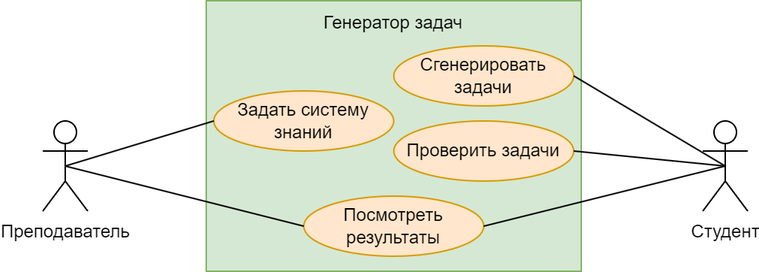
Above: docs/diagrams/use_case.png in aVorotnikov/ontologer (draw.io), before the change. Source tidied: cells renumbered, new cells last; positions are measured from the earlier drawing's top-left corner, leaving out a move shared by most shapes.
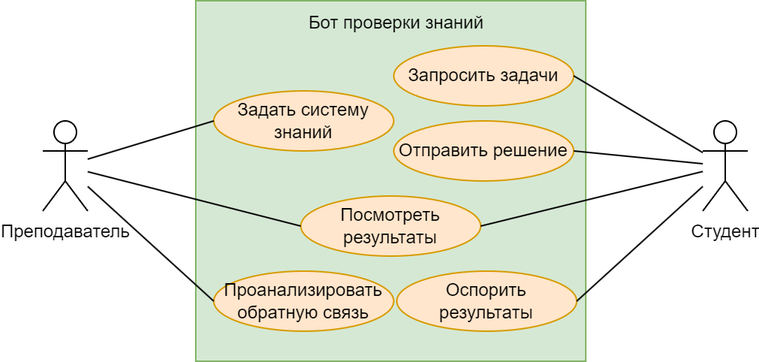
After the commit.

Commit message:
В диаграмму вариантов использования добавлено оспаривание

What changed in the source:
```diff
@@ -3,7 +3,7 @@
     <mxCell id="0" />
     <mxCell id="1" parent="0" />
     <mxCell id="2" style="rounded=0;whiteSpace=wrap;html=1;fillColor=#d5e8d4;strokeColor=#82b366;" parent="1" vertex="1">
-      <mxGeometry x="109" width="250" height="180" as="geometry" />
+      <mxGeometry x="102" width="260" height="240" as="geometry" />
     </mxCell>
     <mxCell id="3" value="Преподаватель" style="shape=umlActor;verticalLabelPosition=bottom;verticalAlign=top;html=1;outlineConnect=0;" parent="1" vertex="1">
       <mxGeometry y="80" width="30" height="60" as="geometry" />
@@ -11,35 +11,47 @@
     <mxCell id="4" value="Студент" style="shape=umlActor;verticalLabelPosition=bottom;verticalAlign=top;html=1;outlineConnect=0;" parent="1" vertex="1">
       <mxGeometry x="440" y="80" width="30" height="60" as="geometry" />
     </mxCell>
-    <mxCell id="5" value="Сгенерировать задачи" style="ellipse;whiteSpace=wrap;html=1;fillColor=#ffe6cc;strokeColor=#d79b00;" parent="1" vertex="1">
+    <mxCell id="5" value="Запросить задачи" style="ellipse;whiteSpace=wrap;html=1;fillColor=#ffe6cc;strokeColor=#d79b00;" parent="1" vertex="1">
       <mxGeometry x="234" y="30" width="120" height="40" as="geometry" />
     </mxCell>
     <mxCell id="6" value="Посмотреть результаты" style="ellipse;whiteSpace=wrap;html=1;fillColor=#ffe6cc;strokeColor=#d79b00;" parent="1" vertex="1">
-      <mxGeometry x="174" y="130" width="120" height="40" as="geometry" />
+      <mxGeometry x="172" y="130" width="120" height="40" as="geometry" />
     </mxCell>
-    <mxCell id="7" value="Проверить задачи" style="ellipse;whiteSpace=wrap;html=1;fillColor=#ffe6cc;strokeColor=#d79b00;" parent="1" vertex="1">
+    <mxCell id="7" value="Отправить решение" style="ellipse;whiteSpace=wrap;html=1;fillColor=#ffe6cc;strokeColor=#d79b00;" parent="1" vertex="1">
       <mxGeometry x="234" y="80" width="120" height="40" as="geometry" />
     </mxCell>
     <mxCell id="8" value="Задать систему знаний" style="ellipse;whiteSpace=wrap;html=1;fillColor=#ffe6cc;strokeColor=#d79b00;" parent="1" vertex="1">
       <mxGeometry x="114" y="60" width="120" height="40" as="geometry" />
     </mxCell>
-    <mxCell id="9" value="Генератор задач" style="text;html=1;align=center;verticalAlign=middle;whiteSpace=wrap;rounded=0;" parent="1" vertex="1">
-      <mxGeometry x="186" width="96" height="30" as="geometry" />
+    <mxCell id="9" value="Бот проверки знаний" style="text;html=1;align=center;verticalAlign=middle;whiteSpace=wrap;rounded=0;" parent="1" vertex="1">
+      <mxGeometry x="174" width="124" height="30" as="geometry" />
     </mxCell>
-    <mxCell id="10" style="endArrow=none;html=1;rounded=0;exitX=0.5;exitY=0.5;exitDx=0;exitDy=0;exitPerimeter=0;entryX=0;entryY=0.5;entryDx=0;entryDy=0;" parent="1" edge="1" source="3" target="8">
+    <mxCell id="10" style="endArrow=none;html=1;rounded=0;entryX=0;entryY=0.5;entryDx=0;entryDy=0;" parent="1" edge="1" source="3" target="8">
       <mxGeometry relative="1" as="geometry" />
     </mxCell>
-    <mxCell id="11" style="endArrow=none;html=1;rounded=0;exitX=0.5;exitY=0.5;exitDx=0;exitDy=0;exitPerimeter=0;entryX=0;entryY=0.5;entryDx=0;entryDy=0;" parent="1" edge="1" source="3" target="6">
+    <mxCell id="11" style="endArrow=none;html=1;rounded=0;entryX=0;entryY=0.5;entryDx=0;entryDy=0;" parent="1" edge="1" source="3" target="6">
       <mxGeometry relative="1" as="geometry" />
     </mxCell>
-    <mxCell id="12" style="endArrow=none;html=1;rounded=0;exitX=1;exitY=0.5;exitDx=0;exitDy=0;entryX=0.5;entryY=0.5;entryDx=0;entryDy=0;entryPerimeter=0;" parent="1" edge="1" source="6" target="4">
+    <mxCell id="12" style="endArrow=none;html=1;rounded=0;exitX=1;exitY=0.5;exitDx=0;exitDy=0;" parent="1" edge="1" source="6" target="4">
       <mxGeometry relative="1" as="geometry" />
     </mxCell>
-    <mxCell id="13" style="endArrow=none;html=1;rounded=0;exitX=1;exitY=0.5;exitDx=0;exitDy=0;entryX=0.5;entryY=0.5;entryDx=0;entryDy=0;entryPerimeter=0;" parent="1" edge="1" source="7" target="4">
+    <mxCell id="13" style="endArrow=none;html=1;rounded=0;exitX=1;exitY=0.5;exitDx=0;exitDy=0;" parent="1" edge="1" source="7" target="4">
       <mxGeometry relative="1" as="geometry" />
     </mxCell>
-    <mxCell id="14" style="endArrow=none;html=1;rounded=0;exitX=1;exitY=0.5;exitDx=0;exitDy=0;entryX=0.5;entryY=0.5;entryDx=0;entryDy=0;entryPerimeter=0;" parent="1" edge="1" source="5" target="4">
+    <mxCell id="14" style="endArrow=none;html=1;rounded=0;exitX=1;exitY=0.5;exitDx=0;exitDy=0;" parent="1" edge="1" source="5" target="4">
       <mxGeometry relative="1" as="geometry" />
     </mxCell>
+    <mxCell id="15" value="Оспорить результаты" style="ellipse;whiteSpace=wrap;html=1;fillColor=#ffe6cc;strokeColor=#d79b00;" parent="1" vertex="1">
+      <mxGeometry x="236" y="180" width="120" height="40" as="geometry" />
+    </mxCell>
+    <mxCell id="16" style="endArrow=none;html=1;rounded=0;exitX=1;exitY=0.5;exitDx=0;exitDy=0;" parent="1" edge="1" source="15" target="4">
+      <mxGeometry relative="1" as="geometry" />
+    </mxCell>
+    <mxCell id="17" value="Проанализировать обратную связь" style="ellipse;whiteSpace=wrap;html=1;fillColor=#ffe6cc;strokeColor=#d79b00;" parent="1" vertex="1">
+      <mxGeometry x="114" y="180" width="120" height="40" as="geometry" />
+    </mxCell>
+    <mxCell id="18" style="endArrow=none;html=1;rounded=0;entryX=0;entryY=0.5;entryDx=0;entryDy=0;" parent="1" edge="1" source="3" target="17">
+      <mxGeometry relative="1" as="geometry" />
+    </mxCell>
   </root>
 </mxGraphModel>
```
